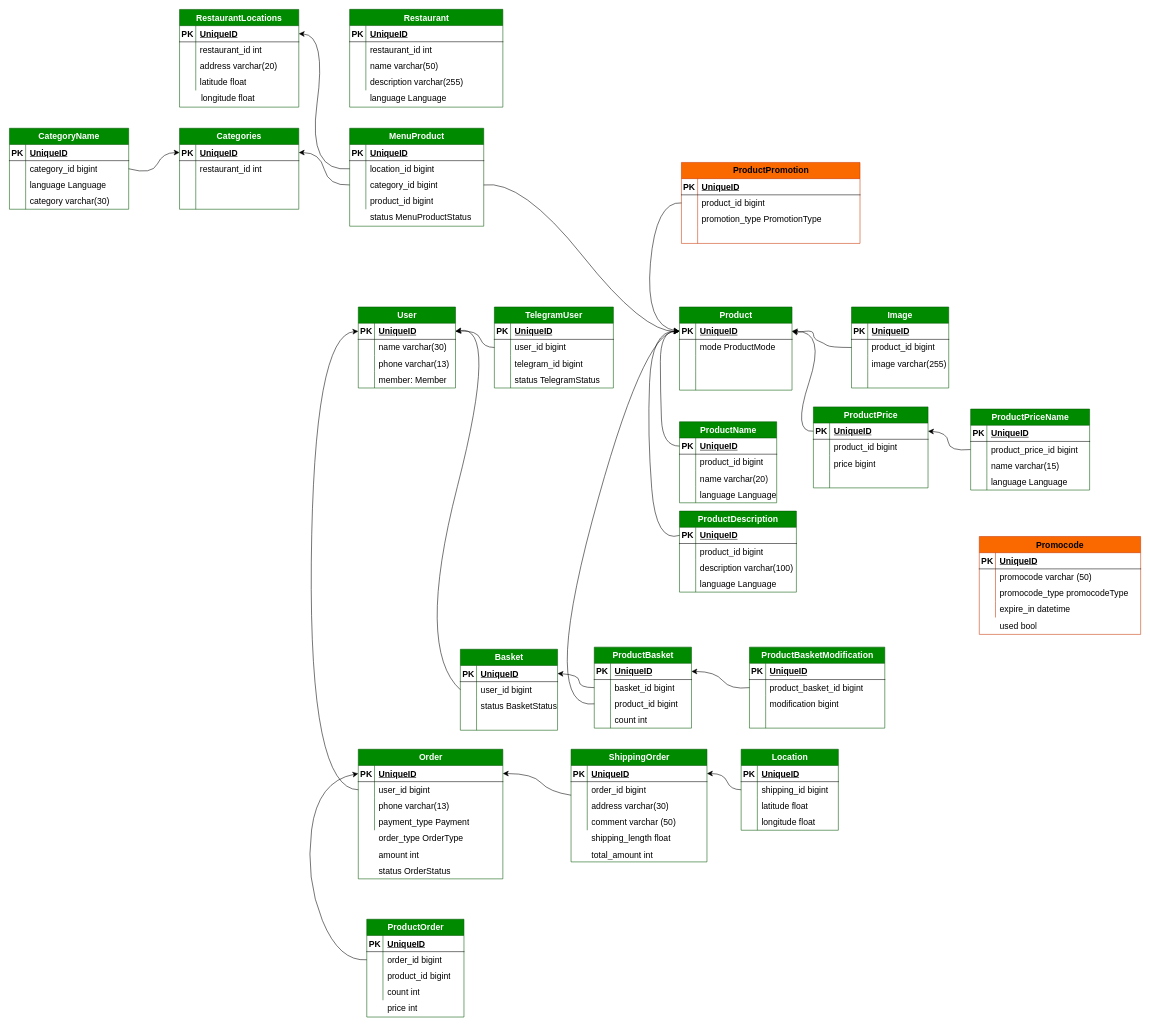
This is page "db scheme" (2 of 2) of restaurant.drawio from KmvRoman/Diagrams, a draw.io file, before an edit. Source tidied: cells renumbered, new cells numbered last; positions are measured from the earlier drawing's top-left corner, leaving out a move shared by most shapes. Both pictures are drawn from the tidied source at 54%, with x=0, y=0 at pixel (9, 9).
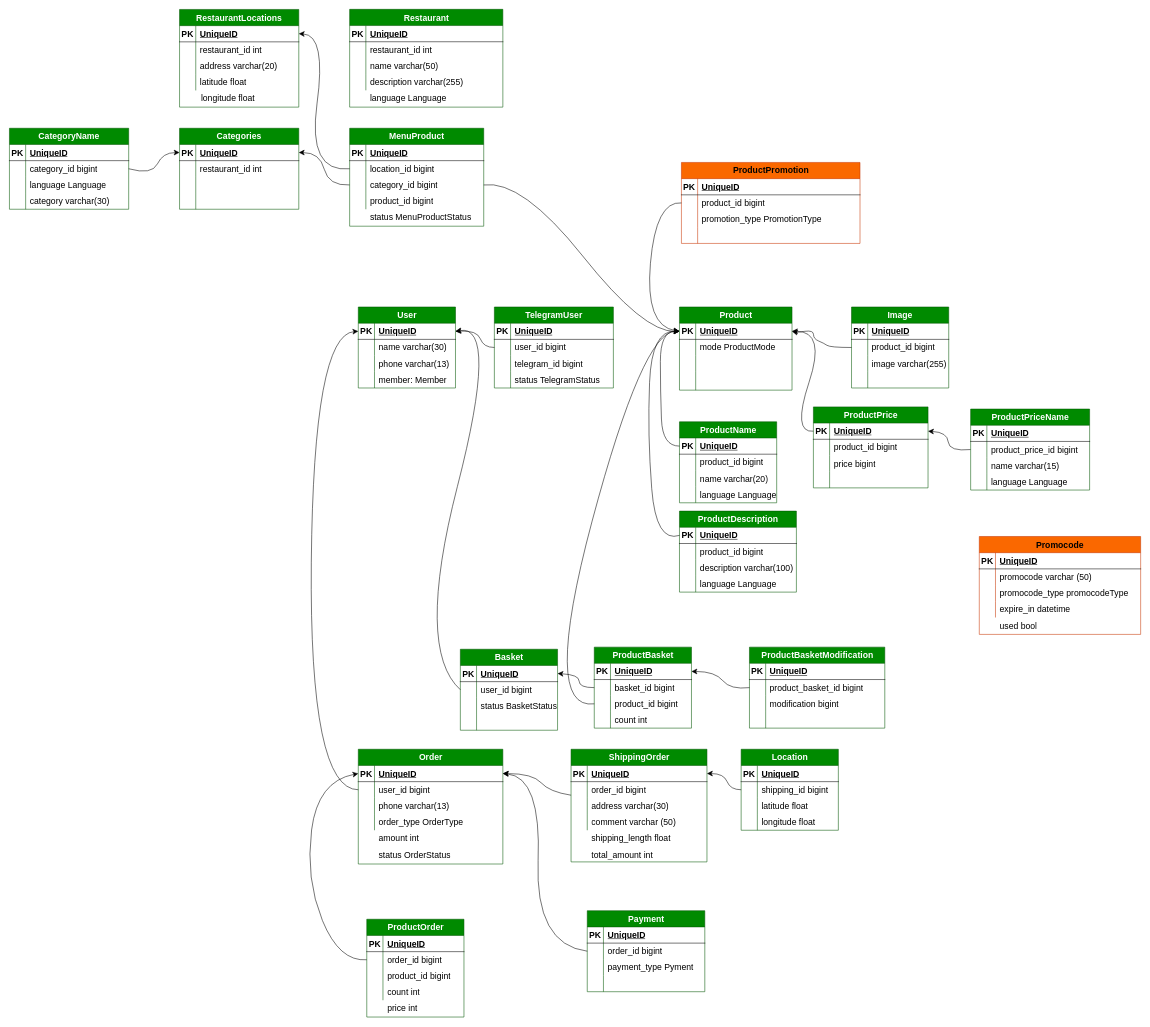
Above is the later version.

Unchanged cells that the change refers to:
```xml
<mxCell id="128" style="shape=tableRow;horizontal=0;startSize=0;swimlaneHead=0;swimlaneBody=0;fillColor=none;points=[[0,0.5],[1,0.5]];portConstraint=eastwest;top=0;left=0;right=0;bottom=1;fontSize=16;" parent="127" vertex="1">
  <mxGeometry y="30" width="267.7" height="30" as="geometry" />
</mxCell>
<mxCell id="137" style="shape=tableRow;horizontal=0;startSize=0;swimlaneHead=0;swimlaneBody=0;fillColor=none;top=0;left=0;right=0;bottom=0;fontSize=16;" parent="127" vertex="1">
  <mxGeometry y="120" width="267.7" height="30" as="geometry" />
</mxCell>
```

The edit, as a diff of the source:
```diff
@@
     <mxCell id="127" value="Order" style="shape=table;startSize=30;childLayout=tableLayout;rowLines=0;fontStyle=1;align=center;html=1;fontSize=16;fillColor=#008a00;fontColor=#ffffff;strokeColor=#005700;" parent="1" vertex="1">
-      <mxGeometry x="646" y="1370" width="267.7" height="240" as="geometry" />
+      <mxGeometry x="646" y="1370" width="267.7" height="212.5" as="geometry" />
     </mxCell>
@@
-    <mxCell id="139" value="payment_type Payment" style="shape=partialRectangle;fillColor=none;top=0;left=0;bottom=0;right=0;align=left;spacingLeft=6;overflow=hidden;whiteSpace=wrap;html=1;fontSize=16;" parent="137" vertex="1">
+    <mxCell id="139" value="order_type OrderType" style="shape=partialRectangle;fillColor=none;top=0;left=0;bottom=0;right=0;align=left;spacingLeft=6;overflow=hidden;whiteSpace=wrap;html=1;fontSize=16;" parent="137" vertex="1">
       <mxGeometry x="30" width="237.7" height="30" as="geometry" />
     </mxCell>
@@
-    <mxCell id="141" value="order_type OrderType" style="shape=partialRectangle;fillColor=none;top=0;left=0;bottom=0;right=0;align=left;spacingLeft=6;overflow=hidden;whiteSpace=wrap;html=1;fontSize=16;" parent="1" vertex="1">
+    <mxCell id="141" value="amount int" style="shape=partialRectangle;fillColor=none;top=0;left=0;bottom=0;right=0;align=left;spacingLeft=6;overflow=hidden;whiteSpace=wrap;html=1;fontSize=16;" parent="1" vertex="1">
       <mxGeometry x="676" y="1519.5" width="237.7" height="30" as="geometry" />
     </mxCell>
-    <mxCell id="142" value="amount int" style="shape=partialRectangle;fillColor=none;top=0;left=0;bottom=0;right=0;align=left;spacingLeft=6;overflow=hidden;whiteSpace=wrap;html=1;fontSize=16;" parent="1" vertex="1">
+    <mxCell id="142" value="status OrderStatus" style="shape=partialRectangle;fillColor=none;top=0;left=0;bottom=0;right=0;align=left;spacingLeft=6;overflow=hidden;whiteSpace=wrap;html=1;fontSize=16;" parent="1" vertex="1">
       <mxGeometry x="676" y="1549.5" width="237.7" height="30" as="geometry" />
     </mxCell>
-    <mxCell id="143" value="status OrderStatus" style="shape=partialRectangle;fillColor=none;top=0;left=0;bottom=0;right=0;align=left;spacingLeft=6;overflow=hidden;whiteSpace=wrap;html=1;fontSize=16;" parent="1" vertex="1">
-      <mxGeometry x="676" y="1579.5" width="237.7" height="30" as="geometry" />
-    </mxCell>
@@
+    <mxCell id="318" value="Payment" style="shape=table;startSize=30;childLayout=tableLayout;rowLines=0;fontStyle=1;align=center;html=1;fontSize=16;fillColor=#008a00;fontColor=#ffffff;strokeColor=#005700;" parent="1" vertex="1">
+      <mxGeometry x="1070" y="1669" width="217.7" height="150" as="geometry" />
+    </mxCell>
+    <mxCell id="319" style="shape=tableRow;horizontal=0;startSize=0;swimlaneHead=0;swimlaneBody=0;fillColor=none;top=0;left=0;right=0;bottom=1;fontSize=16;" parent="318" vertex="1">
+      <mxGeometry y="30" width="217.7" height="30" as="geometry" />
+    </mxCell>
+    <mxCell id="320" value="PK" style="shape=partialRectangle;fillColor=none;top=0;left=0;bottom=0;right=0;fontStyle=1;overflow=hidden;whiteSpace=wrap;html=1;fontSize=16;" parent="319" vertex="1">
+      <mxGeometry width="30" height="30" as="geometry" />
+    </mxCell>
+    <mxCell id="321" value="UniqueID" style="shape=partialRectangle;fillColor=none;top=0;left=0;bottom=0;right=0;align=left;spacingLeft=6;fontStyle=5;overflow=hidden;whiteSpace=wrap;html=1;fontSize=16;" parent="319" vertex="1">
+      <mxGeometry x="30" width="187.7" height="30" as="geometry" />
+    </mxCell>
+    <mxCell id="322" style="shape=tableRow;horizontal=0;startSize=0;swimlaneHead=0;swimlaneBody=0;fillColor=none;points=[[0,0.5],[1,0.5]];portConstraint=eastwest;top=0;left=0;right=0;bottom=0;fontSize=16;" parent="318" vertex="1">
+      <mxGeometry y="60" width="217.7" height="30" as="geometry" />
+    </mxCell>
+    <mxCell id="323" style="shape=partialRectangle;fillColor=none;top=0;left=0;bottom=0;right=0;overflow=hidden;whiteSpace=wrap;html=1;fontSize=16;" parent="322" vertex="1">
+      <mxGeometry width="30" height="30" as="geometry" />
+    </mxCell>
+    <mxCell id="324" value="order_id bigint" style="shape=partialRectangle;fillColor=none;top=0;left=0;bottom=0;right=0;align=left;spacingLeft=6;overflow=hidden;whiteSpace=wrap;html=1;fontSize=16;" parent="322" vertex="1">
+      <mxGeometry x="30" width="187.7" height="30" as="geometry" />
+    </mxCell>
+    <mxCell id="325" style="shape=tableRow;horizontal=0;startSize=0;swimlaneHead=0;swimlaneBody=0;fillColor=none;top=0;left=0;right=0;bottom=0;fontSize=16;" parent="318" vertex="1">
+      <mxGeometry y="90" width="217.7" height="30" as="geometry" />
+    </mxCell>
+    <mxCell id="326" style="shape=partialRectangle;fillColor=none;top=0;left=0;bottom=0;right=0;overflow=hidden;whiteSpace=wrap;html=1;fontSize=16;" parent="325" vertex="1">
+      <mxGeometry width="30" height="30" as="geometry" />
+    </mxCell>
+    <mxCell id="327" value="payment_type Pyment" style="shape=partialRectangle;fillColor=none;top=0;left=0;bottom=0;right=0;align=left;spacingLeft=6;overflow=hidden;whiteSpace=wrap;html=1;fontSize=16;" parent="325" vertex="1">
+      <mxGeometry x="30" width="187.7" height="30" as="geometry" />
+    </mxCell>
+    <mxCell id="328" style="shape=tableRow;horizontal=0;startSize=0;swimlaneHead=0;swimlaneBody=0;fillColor=none;top=0;left=0;right=0;bottom=0;fontSize=16;" parent="318" vertex="1">
+      <mxGeometry y="120" width="217.7" height="30" as="geometry" />
+    </mxCell>
+    <mxCell id="329" style="shape=partialRectangle;fillColor=none;top=0;left=0;bottom=0;right=0;overflow=hidden;whiteSpace=wrap;html=1;fontSize=16;" parent="328" vertex="1">
+      <mxGeometry width="30" height="30" as="geometry" />
+    </mxCell>
+    <mxCell id="330" style="shape=partialRectangle;fillColor=none;top=0;left=0;bottom=0;right=0;align=left;spacingLeft=6;overflow=hidden;whiteSpace=wrap;html=1;fontSize=16;" parent="328" vertex="1">
+      <mxGeometry x="30" width="187.7" height="30" as="geometry" />
+    </mxCell>
+    <mxCell id="331" style="edgeStyle=none;curved=1;rounded=0;jettySize=auto;html=1;entryX=1;entryY=0.5;entryDx=0;entryDy=0;fontSize=12;startSize=8;endSize=8;exitX=0;exitY=0.5;exitDx=0;exitDy=0;" parent="1" edge="1" source="322" target="128">
+      <mxGeometry relative="1" as="geometry">
+        <Array as="points">
+          <mxPoint x="973" y="1732" />
+          <mxPoint x="985" y="1421" />
+        </Array>
+      </mxGeometry>
+    </mxCell>
```
